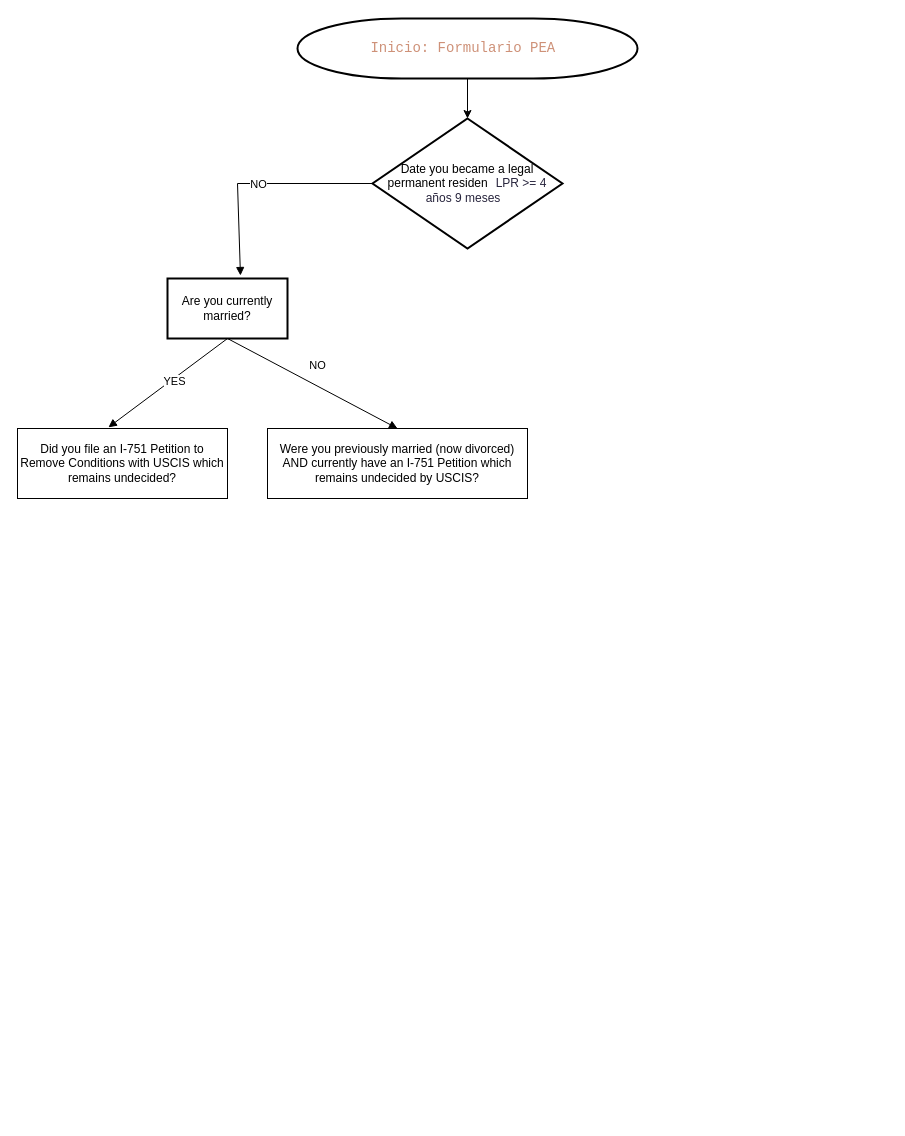
This is Preliminary Diagram.drawio from thomywtc/portfolio, a draw.io file, before an edit. Source tidied: cells renumbered, new cells numbered last; positions are measured from the earlier drawing's top-left corner, leaving out a move shared by most shapes. Both pictures are drawn from the tidied source at 100%, with x=0, y=0 at pixel (17, 18).
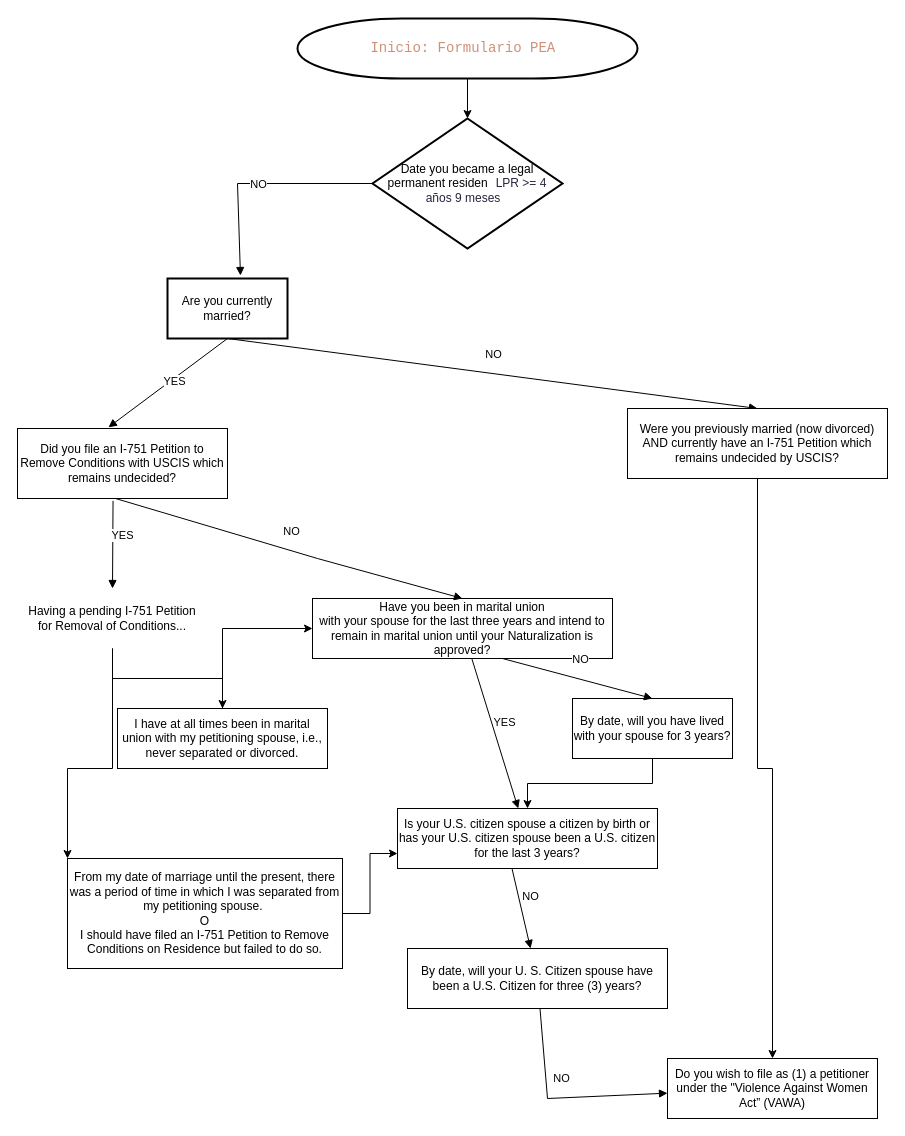
The same diagram, later.

The change refers to these unchanged cells:
```xml
<mxCell id="10" value="&lt;span class=&quot;gform-field-label__text&quot;&gt;Did you file an I-751 Petition to Remove Conditions with USCIS which remains undecided?&lt;/span&gt;" style="rounded=0;whiteSpace=wrap;html=1;" parent="1" vertex="1">
  <mxGeometry y="410" width="210" height="70" as="geometry" />
</mxCell>
```

The edit, as a diff of the source:
```diff
@@
+    <mxCell id="11" style="edgeStyle=orthogonalEdgeStyle;rounded=0;jettySize=auto;html=1;" parent="1" edge="1" source="8" target="18">
+      <mxGeometry relative="1" as="geometry" />
+    </mxCell>
     <mxCell id="8" value="&lt;span class=&quot;gform-field-label__text&quot;&gt;Were you previously married (now divorced) AND currently have an I-751 Petition which remains undecided by USCIS?&lt;/span&gt;" style="rounded=0;whiteSpace=wrap;html=1;" parent="1" vertex="1">
-      <mxGeometry x="250" y="410" width="260" height="70" as="geometry" />
+      <mxGeometry x="610" y="390" width="260" height="70" as="geometry" />
     </mxCell>
@@
+    <mxCell id="12" value="&lt;span class=&quot;gform-field-label__text&quot;&gt;Have you been in marital union &lt;br&gt;with your spouse for the last three years and intend to remain in marital union until your Naturalization is approved?&lt;/span&gt;" style="rounded=0;whiteSpace=wrap;html=1;" parent="1" vertex="1">
+      <mxGeometry x="295" y="580" width="300" height="60" as="geometry" />
+    </mxCell>
+    <mxCell id="13" value="&lt;div&gt;NO&lt;/div&gt;" style="html=1;verticalAlign=bottom;endArrow=block;curved=0;rounded=0;exitX=0.467;exitY=1;exitDx=0;exitDy=0;entryX=0.5;entryY=0;entryDx=0;entryDy=0;exitPerimeter=0;" parent="1" edge="1" source="10" target="12">
+      <mxGeometry y="10" relative="1" as="geometry">
+        <Array as="points">
+          <mxPoint x="300" y="540" />
+        </Array>
+      </mxGeometry>
+    </mxCell>
+    <mxCell id="14" style="edgeStyle=orthogonalEdgeStyle;rounded=0;jettySize=auto;html=1;" parent="1" edge="1" source="16" target="28">
+      <mxGeometry relative="1" as="geometry" />
+    </mxCell>
+    <mxCell id="15" style="edgeStyle=orthogonalEdgeStyle;rounded=0;jettySize=auto;html=1;" parent="1" edge="1" source="16" target="30">
+      <mxGeometry relative="1" as="geometry">
+        <Array as="points">
+          <mxPoint x="95" y="750" />
+          <mxPoint x="50" y="750" />
+          <mxPoint x="50" y="925" />
+        </Array>
+      </mxGeometry>
+    </mxCell>
+    <mxCell id="16" value="&lt;span class=&quot;gform-field-label__text&quot;&gt;Having a pending I-751 Petition &lt;br&gt;for Removal of Conditions&lt;/span&gt;..." style="text;html=1;whiteSpace=wrap;strokeColor=none;fillColor=none;align=center;verticalAlign=middle;rounded=0;" parent="1" vertex="1">
+      <mxGeometry x="10" y="570" width="170" height="60" as="geometry" />
+    </mxCell>
+    <mxCell id="17" value="YES" style="html=1;verticalAlign=bottom;endArrow=block;curved=0;rounded=0;exitX=0.455;exitY=1.033;exitDx=0;exitDy=0;entryX=0.5;entryY=0;entryDx=0;entryDy=0;exitPerimeter=0;" parent="1" edge="1" source="10" target="16">
+      <mxGeometry y="10" relative="1" as="geometry" />
+    </mxCell>
+    <mxCell id="18" value="Do you wish to file as (1) a petitioner under the &quot;Violence Against Women Act” (VAWA)" style="rounded=0;whiteSpace=wrap;html=1;" parent="1" vertex="1">
+      <mxGeometry x="650" y="1040" width="210" height="60" as="geometry" />
+    </mxCell>
+    <mxCell id="19" value="&lt;span class=&quot;gform-field-label__text&quot;&gt;Is your U.S. citizen spouse a citizen by birth or has your U.S. citizen spouse been a U.S. citizen for the last 3 years?&lt;/span&gt;" style="rounded=0;whiteSpace=wrap;html=1;" parent="1" vertex="1">
+      <mxGeometry x="380" y="790" width="260" height="60" as="geometry" />
+    </mxCell>
+    <mxCell id="20" value="YES" style="html=1;verticalAlign=bottom;endArrow=block;curved=0;rounded=0;" parent="1" edge="1" source="12" target="19">
+      <mxGeometry y="10" relative="1" as="geometry" />
+    </mxCell>
+    <mxCell id="21" style="edgeStyle=orthogonalEdgeStyle;rounded=0;jettySize=auto;html=1;" parent="1" edge="1" source="22" target="19">
+      <mxGeometry relative="1" as="geometry" />
+    </mxCell>
+    <mxCell id="22" value="&lt;br&gt;By date, will you have lived with your spouse for 3 years?&lt;div&gt;&lt;br/&gt;&lt;/div&gt;" style="rounded=0;whiteSpace=wrap;html=1;" parent="1" vertex="1">
+      <mxGeometry x="555" y="680" width="160" height="60" as="geometry" />
+    </mxCell>
+    <mxCell id="23" value="&lt;div&gt;NO&lt;/div&gt;" style="html=1;verticalAlign=bottom;endArrow=block;curved=0;rounded=0;exitX=0.633;exitY=1;exitDx=0;exitDy=0;entryX=0.5;entryY=0;entryDx=0;entryDy=0;exitPerimeter=0;" parent="1" edge="1" source="12" target="22">
+      <mxGeometry y="10" relative="1" as="geometry" />
+    </mxCell>
+    <mxCell id="24" value="&lt;br&gt;By date, will your U. S. Citizen spouse have been a U.S. Citizen for three (3) years?&lt;div&gt;&lt;br/&gt;&lt;/div&gt;" style="rounded=0;whiteSpace=wrap;html=1;" parent="1" vertex="1">
+      <mxGeometry x="390" y="930" width="260" height="60" as="geometry" />
+    </mxCell>
+    <mxCell id="25" value="&lt;div&gt;NO&lt;/div&gt;" style="html=1;verticalAlign=bottom;endArrow=block;curved=0;rounded=0;exitX=0.44;exitY=0.993;exitDx=0;exitDy=0;exitPerimeter=0;" parent="1" edge="1" source="19" target="24">
+      <mxGeometry y="10" relative="1" as="geometry" />
+    </mxCell>
+    <mxCell id="26" value="&lt;div&gt;NO&lt;/div&gt;" style="html=1;verticalAlign=bottom;endArrow=block;curved=0;rounded=0;" parent="1" edge="1" source="24" target="18">
+      <mxGeometry y="10" relative="1" as="geometry">
+        <Array as="points">
+          <mxPoint x="530" y="1080" />
+        </Array>
+      </mxGeometry>
+    </mxCell>
+    <mxCell id="27" style="edgeStyle=orthogonalEdgeStyle;rounded=0;jettySize=auto;html=1;entryX=0;entryY=0.5;entryDx=0;entryDy=0;" parent="1" edge="1" source="28" target="12">
+      <mxGeometry relative="1" as="geometry" />
+    </mxCell>
+    <mxCell id="28" value="I have at all times been in marital union with my petitioning spouse, i.e., never separated or divorced." style="rounded=0;whiteSpace=wrap;html=1;" parent="1" vertex="1">
+      <mxGeometry x="100" y="690" width="210" height="60" as="geometry" />
+    </mxCell>
+    <mxCell id="29" style="edgeStyle=orthogonalEdgeStyle;rounded=0;jettySize=auto;html=1;entryX=0;entryY=0.75;entryDx=0;entryDy=0;" parent="1" edge="1" source="30" target="19">
+      <mxGeometry relative="1" as="geometry" />
+    </mxCell>
+    <mxCell id="30" value="From my date of marriage until the present, there was a period of time in which I was separated from my petitioning spouse.&amp;nbsp;&lt;br&gt;O&lt;br&gt;I should have filed an I-751 Petition to Remove Conditions on Residence but failed to do so." style="rounded=0;whiteSpace=wrap;html=1;" parent="1" vertex="1">
+      <mxGeometry x="50" y="840" width="275" height="110" as="geometry" />
+    </mxCell>
+    <mxCell id="31" style="edgeStyle=orthogonalEdgeStyle;rounded=0;orthogonalLoop=1;jettySize=auto;html=1;innerLoopWaypoints=1;exitX=0.5;exitY=1;exitDx=0;exitDy=0;" parent="1" edge="1" source="22" target="22">
+      <mxGeometry relative="1" as="geometry" />
+    </mxCell>
```
